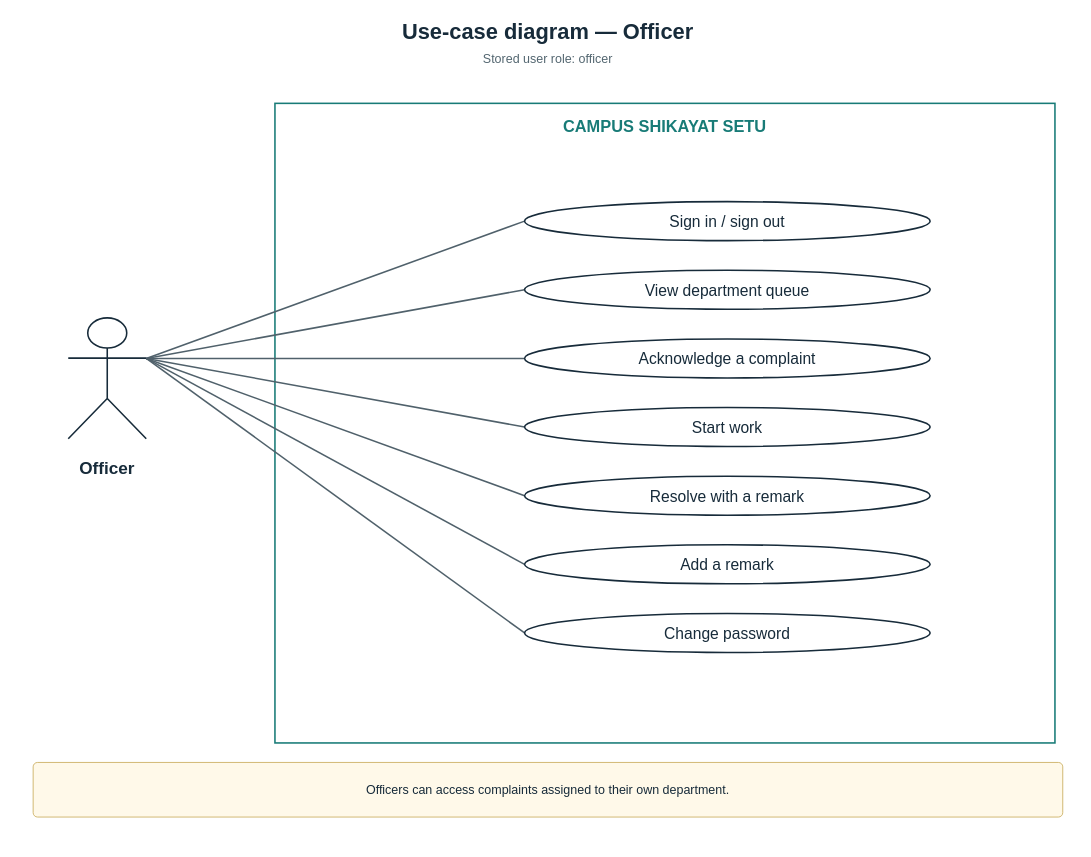
Yashwant-git392/Yashwant-git392 keeps this draw.io diagram as page "Officer" (2 of 4) of shikayat-setu/report/diagrams/fig-usecase.drawio. Above is the earlier version. Source tidied: cells renumbered, new cells numbered last; positions are measured from the earlier drawing's top-left corner, leaving out a move shared by most shapes. Both pictures are drawn from the tidied source at 78%, with x=0, y=0 at pixel (17, 13).
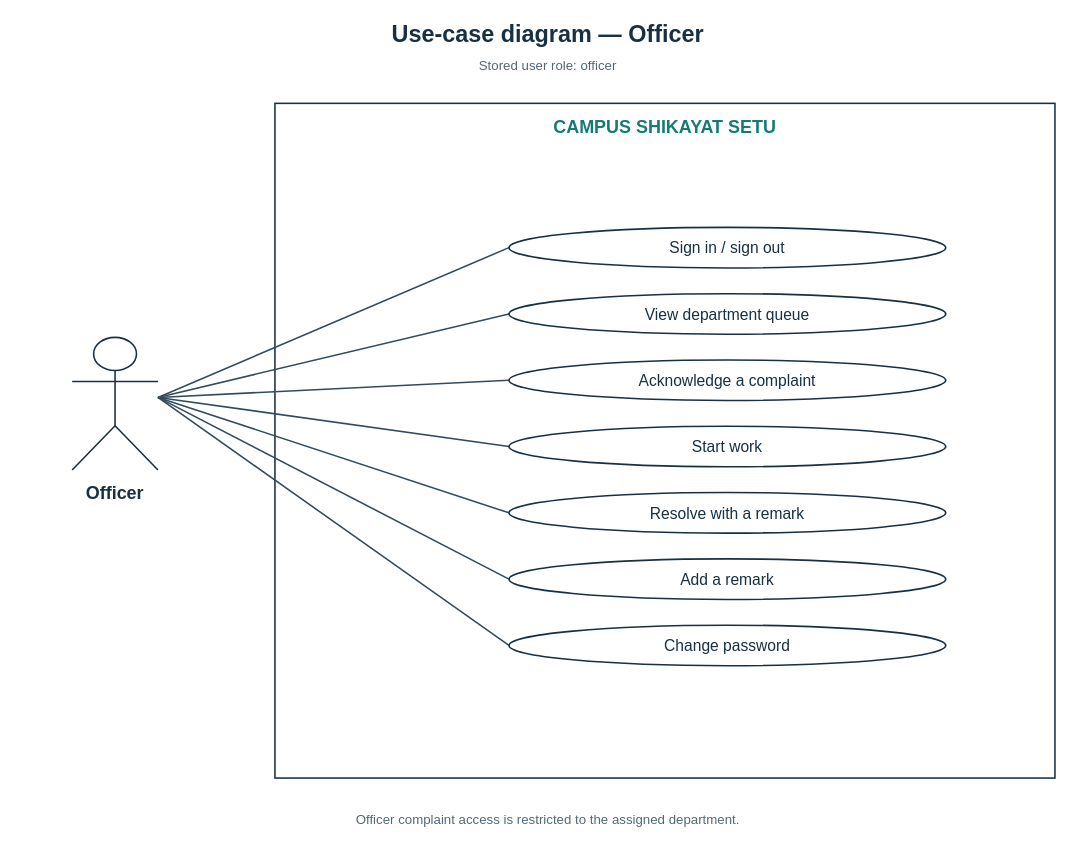
Above is the later version.

Diff of the diagram source:
```diff
@@
-    <mxCell id="2" value="Use-case diagram — Officer" style="text;html=1;align=center;verticalAlign=middle;whiteSpace=wrap;rounded=0;strokeColor=none;fillColor=none;fontFamily=Arial;fontSize=28;fontStyle=1;fontColor=#172b3a;" parent="1" vertex="1">
-      <mxGeometry x="10" width="1340" height="45" as="geometry" />
+    <mxCell id="2" value="Use-case diagram — Officer" style="text;html=0;align=center;verticalAlign=middle;whiteSpace=wrap;strokeColor=none;fillColor=none;fontFamily=Arial;fontSize=30;fontColor=#183044;fontStyle=1;" parent="1" vertex="1">
+      <mxGeometry x="10" y="2" width="1340" height="48" as="geometry" />
     </mxCell>
-    <mxCell id="3" value="Stored user role: officer" style="text;html=1;align=center;verticalAlign=middle;whiteSpace=wrap;rounded=0;strokeColor=none;fillColor=none;fontFamily=Arial;fontSize=16;fontStyle=0;fontColor=#536670;" parent="1" vertex="1">
-      <mxGeometry x="10" y="43" width="1340" height="30" as="geometry" />
+    <mxCell id="3" value="Stored user role: officer" style="text;html=0;align=center;verticalAlign=middle;whiteSpace=wrap;strokeColor=none;fillColor=none;fontFamily=Arial;fontSize=17;fontColor=#536875;fontStyle=0;" parent="1" vertex="1">
+      <mxGeometry x="10" y="52" width="1340" height="32" as="geometry" />
     </mxCell>
-    <mxCell id="4" style="rounded=0;fillColor=#ffffff;strokeColor=#187b77;strokeWidth=2;" parent="1" vertex="1">
-      <mxGeometry x="330" y="115" width="1000" height="820" as="geometry" />
+    <mxCell id="4" style="rounded=0;whiteSpace=wrap;html=0;fillColor=white;strokeColor=#183044;strokeWidth=2;fontFamily=Arial;fontSize=20;fontColor=#183044;fontStyle=0;align=center;verticalAlign=middle;" parent="1" vertex="1">
+      <mxGeometry x="330" y="115" width="1000" height="865" as="geometry" />
     </mxCell>
-    <mxCell id="5" value="CAMPUS SHIKAYAT SETU" style="text;html=1;align=center;verticalAlign=middle;whiteSpace=wrap;rounded=0;strokeColor=none;fillColor=none;fontFamily=Arial;fontSize=21;fontStyle=1;fontColor=#187b77;" parent="1" vertex="1">
-      <mxGeometry x="600" y="126" width="460" height="36" as="geometry" />
+    <mxCell id="5" value="CAMPUS SHIKAYAT SETU" style="text;html=0;align=center;verticalAlign=middle;whiteSpace=wrap;strokeColor=none;fillColor=none;fontFamily=Arial;fontSize=23;fontColor=#147b75;fontStyle=1;" parent="1" vertex="1">
+      <mxGeometry x="490" y="125" width="680" height="40" as="geometry" />
     </mxCell>
-    <mxCell id="6" style="shape=umlActor;html=1;strokeColor=#172b3a;strokeWidth=2;" parent="1" vertex="1">
-      <mxGeometry x="65" y="390" width="100" height="155" as="geometry" />
+    <mxCell id="6" style="shape=umlActor;html=0;fillColor=white;strokeColor=#183044;strokeWidth=2;" parent="1" vertex="1">
+      <mxGeometry x="70" y="415" width="110" height="170" as="geometry" />
     </mxCell>
-    <mxCell id="7" value="Officer" style="text;html=1;align=center;verticalAlign=middle;whiteSpace=wrap;rounded=0;strokeColor=none;fillColor=none;fontFamily=Arial;fontSize=22;fontStyle=1;fontColor=#172b3a;" parent="1" vertex="1">
-      <mxGeometry y="565" width="230" height="38" as="geometry" />
+    <mxCell id="7" value="Officer" style="text;html=0;align=center;verticalAlign=middle;whiteSpace=wrap;strokeColor=none;fillColor=none;fontFamily=Arial;fontSize=23;fontColor=#183044;fontStyle=1;" parent="1" vertex="1">
+      <mxGeometry x="-5" y="595" width="260" height="40" as="geometry" />
     </mxCell>
-    <mxCell id="8" style="edgeStyle=none;rounded=0;html=1;strokeColor=#50616b;strokeWidth=2;endArrow=none;endFill=1;dashed=0;" parent="1" edge="1">
+    <mxCell id="8" style="edgeStyle=none;rounded=0;strokeColor=#344b5c;strokeWidth=2;endArrow=none;endFill=0;dashed=0;" parent="1" edge="1">
       <mxGeometry relative="1" as="geometry">
-        <mxPoint x="165" y="442" as="sourcePoint" />
-        <mxPoint x="650" y="266" as="targetPoint" />
+        <mxPoint x="180" y="492" as="sourcePoint" />
+        <mxPoint x="630" y="300" as="targetPoint" />
       </mxGeometry>
     </mxCell>
-    <mxCell id="9" value="Sign in / sign out" style="ellipse;whiteSpace=wrap;html=1;fillColor=#ffffff;strokeColor=#172b3a;strokeWidth=2;fontFamily=Arial;fontSize=20;fontColor=#172b3a;" parent="1" vertex="1">
-      <mxGeometry x="650" y="241" width="520" height="50" as="geometry" />
+    <mxCell id="9" value="Sign in / sign out" style="ellipse;whiteSpace=wrap;html=0;fillColor=white;strokeColor=#183044;strokeWidth=2;fontFamily=Arial;fontSize=20;fontColor=#183044;fontStyle=0;align=center;verticalAlign=middle;" parent="1" vertex="1">
+      <mxGeometry x="630" y="274" width="560" height="52" as="geometry" />
     </mxCell>
-    <mxCell id="10" style="edgeStyle=none;rounded=0;html=1;strokeColor=#50616b;strokeWidth=2;endArrow=none;endFill=1;dashed=0;" parent="1" edge="1">
+    <mxCell id="10" style="edgeStyle=none;rounded=0;strokeColor=#344b5c;strokeWidth=2;endArrow=none;endFill=0;dashed=0;" parent="1" edge="1">
       <mxGeometry relative="1" as="geometry">
-        <mxPoint x="165" y="442" as="sourcePoint" />
-        <mxPoint x="650" y="354" as="targetPoint" />
+        <mxPoint x="180" y="492" as="sourcePoint" />
+        <mxPoint x="630" y="385" as="targetPoint" />
       </mxGeometry>
     </mxCell>
-    <mxCell id="11" value="View department queue" style="ellipse;whiteSpace=wrap;html=1;fillColor=#ffffff;strokeColor=#172b3a;strokeWidth=2;fontFamily=Arial;fontSize=20;fontColor=#172b3a;" parent="1" vertex="1">
-      <mxGeometry x="650" y="329" width="520" height="50" as="geometry" />
+    <mxCell id="11" value="View department queue" style="ellipse;whiteSpace=wrap;html=0;fillColor=white;strokeColor=#183044;strokeWidth=2;fontFamily=Arial;fontSize=20;fontColor=#183044;fontStyle=0;align=center;verticalAlign=middle;" parent="1" vertex="1">
+      <mxGeometry x="630" y="359" width="560" height="52" as="geometry" />
     </mxCell>
-    <mxCell id="12" style="edgeStyle=none;rounded=0;html=1;strokeColor=#50616b;strokeWidth=2;endArrow=none;endFill=1;dashed=0;" parent="1" edge="1">
+    <mxCell id="12" style="edgeStyle=none;rounded=0;strokeColor=#344b5c;strokeWidth=2;endArrow=none;endFill=0;dashed=0;" parent="1" edge="1">
       <mxGeometry relative="1" as="geometry">
-        <mxPoint x="165" y="442" as="sourcePoint" />
-        <mxPoint x="650" y="442" as="targetPoint" />
+        <mxPoint x="180" y="492" as="sourcePoint" />
+        <mxPoint x="630" y="470" as="targetPoint" />
       </mxGeometry>
     </mxCell>
-    <mxCell id="13" value="Acknowledge a complaint" style="ellipse;whiteSpace=wrap;html=1;fillColor=#ffffff;strokeColor=#172b3a;strokeWidth=2;fontFamily=Arial;fontSize=20;fontColor=#172b3a;" parent="1" vertex="1">
-      <mxGeometry x="650" y="417" width="520" height="50" as="geometry" />
+    <mxCell id="13" value="Acknowledge a complaint" style="ellipse;whiteSpace=wrap;html=0;fillColor=white;strokeColor=#183044;strokeWidth=2;fontFamily=Arial;fontSize=20;fontColor=#183044;fontStyle=0;align=center;verticalAlign=middle;" parent="1" vertex="1">
+      <mxGeometry x="630" y="444" width="560" height="52" as="geometry" />
     </mxCell>
-    <mxCell id="14" style="edgeStyle=none;rounded=0;html=1;strokeColor=#50616b;strokeWidth=2;endArrow=none;endFill=1;dashed=0;" parent="1" edge="1">
+    <mxCell id="14" style="edgeStyle=none;rounded=0;strokeColor=#344b5c;strokeWidth=2;endArrow=none;endFill=0;dashed=0;" parent="1" edge="1">
       <mxGeometry relative="1" as="geometry">
-        <mxPoint x="165" y="442" as="sourcePoint" />
-        <mxPoint x="650" y="530" as="targetPoint" />
+        <mxPoint x="180" y="492" as="sourcePoint" />
+        <mxPoint x="630" y="555" as="targetPoint" />
       </mxGeometry>
     </mxCell>
-    <mxCell id="15" value="Start work" style="ellipse;whiteSpace=wrap;html=1;fillColor=#ffffff;strokeColor=#172b3a;strokeWidth=2;fontFamily=Arial;fontSize=20;fontColor=#172b3a;" parent="1" vertex="1">
-      <mxGeometry x="650" y="505" width="520" height="50" as="geometry" />
+    <mxCell id="15" value="Start work" style="ellipse;whiteSpace=wrap;html=0;fillColor=white;strokeColor=#183044;strokeWidth=2;fontFamily=Arial;fontSize=20;fontColor=#183044;fontStyle=0;align=center;verticalAlign=middle;" parent="1" vertex="1">
+      <mxGeometry x="630" y="529" width="560" height="52" as="geometry" />
     </mxCell>
-    <mxCell id="16" style="edgeStyle=none;rounded=0;html=1;strokeColor=#50616b;strokeWidth=2;endArrow=none;endFill=1;dashed=0;" parent="1" edge="1">
+    <mxCell id="16" style="edgeStyle=none;rounded=0;strokeColor=#344b5c;strokeWidth=2;endArrow=none;endFill=0;dashed=0;" parent="1" edge="1">
       <mxGeometry relative="1" as="geometry">
-        <mxPoint x="165" y="442" as="sourcePoint" />
-        <mxPoint x="650" y="618" as="targetPoint" />
+        <mxPoint x="180" y="492" as="sourcePoint" />
+        <mxPoint x="630" y="640" as="targetPoint" />
       </mxGeometry>
     </mxCell>
-    <mxCell id="17" value="Resolve with a remark" style="ellipse;whiteSpace=wrap;html=1;fillColor=#ffffff;strokeColor=#172b3a;strokeWidth=2;fontFamily=Arial;fontSize=20;fontColor=#172b3a;" parent="1" vertex="1">
-      <mxGeometry x="650" y="593" width="520" height="50" as="geometry" />
+    <mxCell id="17" value="Resolve with a remark" style="ellipse;whiteSpace=wrap;html=0;fillColor=white;strokeColor=#183044;strokeWidth=2;fontFamily=Arial;fontSize=20;fontColor=#183044;fontStyle=0;align=center;verticalAlign=middle;" parent="1" vertex="1">
+      <mxGeometry x="630" y="614" width="560" height="52" as="geometry" />
     </mxCell>
-    <mxCell id="18" style="edgeStyle=none;rounded=0;html=1;strokeColor=#50616b;strokeWidth=2;endArrow=none;endFill=1;dashed=0;" parent="1" edge="1">
+    <mxCell id="18" style="edgeStyle=none;rounded=0;strokeColor=#344b5c;strokeWidth=2;endArrow=none;endFill=0;dashed=0;" parent="1" edge="1">
       <mxGeometry relative="1" as="geometry">
-        <mxPoint x="165" y="442" as="sourcePoint" />
-        <mxPoint x="650" y="706" as="targetPoint" />
+        <mxPoint x="180" y="492" as="sourcePoint" />
+        <mxPoint x="630" y="725" as="targetPoint" />
       </mxGeometry>
     </mxCell>
-    <mxCell id="19" value="Add a remark" style="ellipse;whiteSpace=wrap;html=1;fillColor=#ffffff;strokeColor=#172b3a;strokeWidth=2;fontFamily=Arial;fontSize=20;fontColor=#172b3a;" parent="1" vertex="1">
-      <mxGeometry x="650" y="681" width="520" height="50" as="geometry" />
+    <mxCell id="19" value="Add a remark" style="ellipse;whiteSpace=wrap;html=0;fillColor=white;strokeColor=#183044;strokeWidth=2;fontFamily=Arial;fontSize=20;fontColor=#183044;fontStyle=0;align=center;verticalAlign=middle;" parent="1" vertex="1">
+      <mxGeometry x="630" y="699" width="560" height="52" as="geometry" />
     </mxCell>
-    <mxCell id="20" style="edgeStyle=none;rounded=0;html=1;strokeColor=#50616b;strokeWidth=2;endArrow=none;endFill=1;dashed=0;" parent="1" edge="1">
+    <mxCell id="20" style="edgeStyle=none;rounded=0;strokeColor=#344b5c;strokeWidth=2;endArrow=none;endFill=0;dashed=0;" parent="1" edge="1">
       <mxGeometry relative="1" as="geometry">
-        <mxPoint x="165" y="442" as="sourcePoint" />
-        <mxPoint x="650" y="794" as="targetPoint" />
+        <mxPoint x="180" y="492" as="sourcePoint" />
+        <mxPoint x="630" y="810" as="targetPoint" />
       </mxGeometry>
     </mxCell>
-    <mxCell id="21" value="Change password" style="ellipse;whiteSpace=wrap;html=1;fillColor=#ffffff;strokeColor=#172b3a;strokeWidth=2;fontFamily=Arial;fontSize=20;fontColor=#172b3a;" parent="1" vertex="1">
-      <mxGeometry x="650" y="769" width="520" height="50" as="geometry" />
+    <mxCell id="21" value="Change password" style="ellipse;whiteSpace=wrap;html=0;fillColor=white;strokeColor=#183044;strokeWidth=2;fontFamily=Arial;fontSize=20;fontColor=#183044;fontStyle=0;align=center;verticalAlign=middle;" parent="1" vertex="1">
+      <mxGeometry x="630" y="784" width="560" height="52" as="geometry" />
     </mxCell>
-    <mxCell id="22" value="Officers can access complaints assigned to their own department." style="rounded=1;arcSize=8;whiteSpace=wrap;html=1;fillColor=#fff9e9;strokeColor=#c6a650;fontFamily=Arial;fontSize=16;fontColor=#172b3a;spacing=8;" parent="1" vertex="1">
-      <mxGeometry x="20" y="960" width="1320" height="70" as="geometry" />
+    <mxCell id="22" value="Officer complaint access is restricted to the assigned department." style="text;html=0;align=center;verticalAlign=middle;whiteSpace=wrap;strokeColor=none;fillColor=none;fontFamily=Arial;fontSize=17;fontColor=#536875;fontStyle=0;" parent="1" vertex="1">
+      <mxGeometry y="1005" width="1360" height="60" as="geometry" />
     </mxCell>
```
